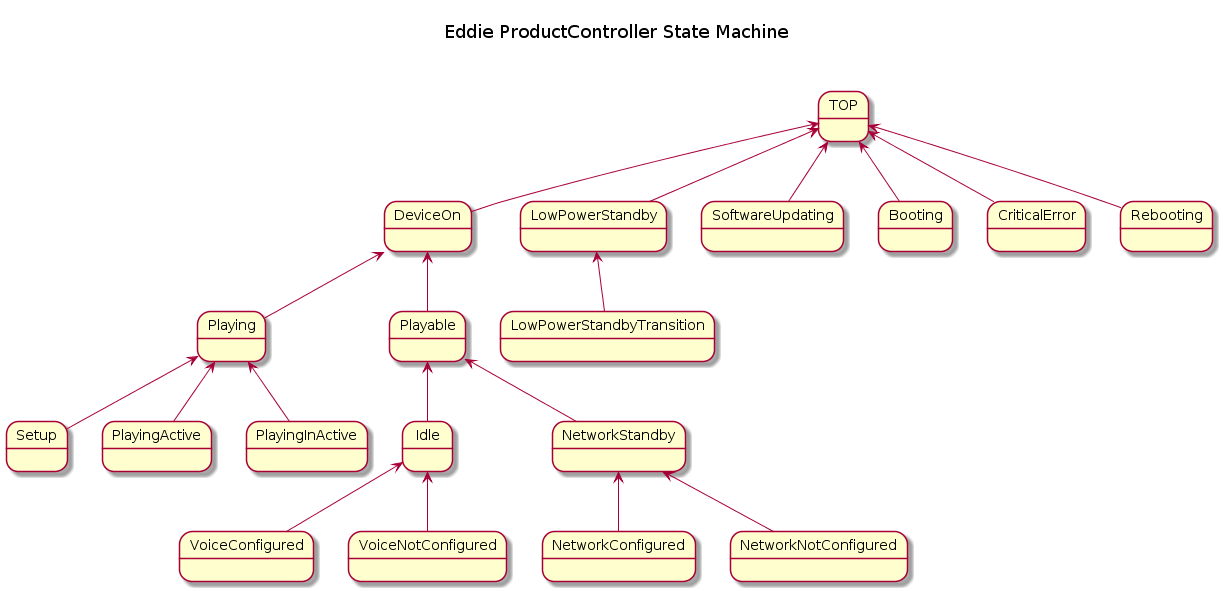
Earlier version of the PlantUML export ProductController/Docs/EddieStateMachine.png (Nishant-Joshi-Bose/Product-Docker).
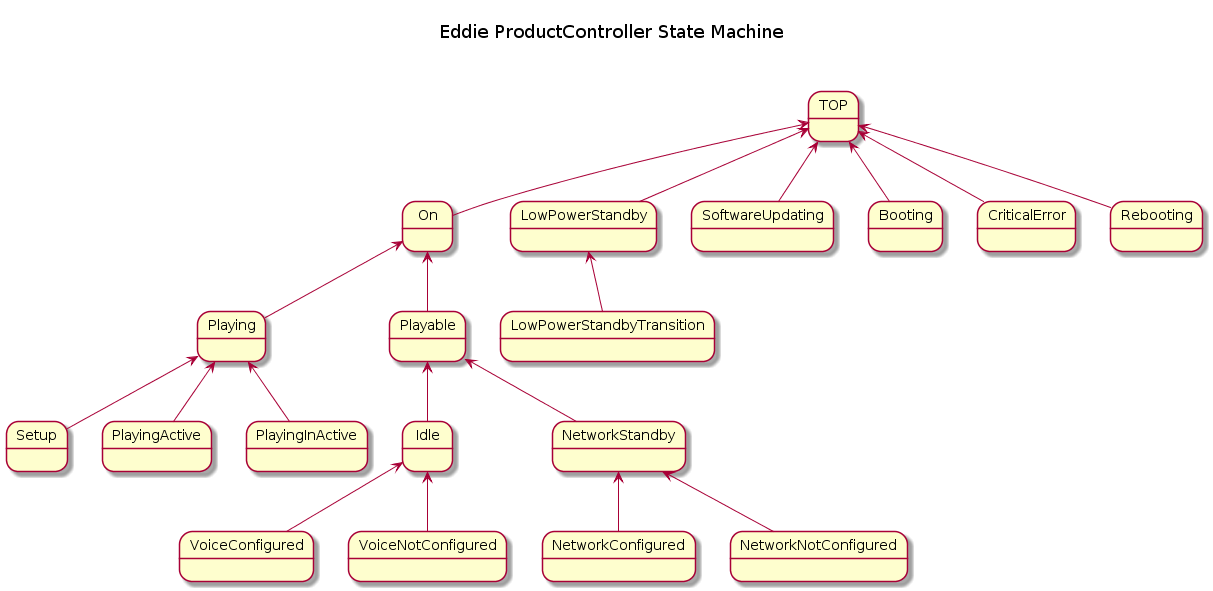
Above is the later version.

Commit message:
Fixed the Eddie state machine doc, renamed DeviceOn to On.

What changed in the source:
```diff
@@ -33,11 +33,11 @@
 }
 
 state Playable{
-Playable-up-> DeviceOn
+Playable-up-> On
 }
 
-state DeviceOn{
-DeviceOn-up-> TOP
+state On{
+On-up-> TOP
 }
 
 state LowPowerStandbyTransition{
@@ -70,7 +70,7 @@
 
 
 state Playing{
-Playing-up-> DeviceOn
+Playing-up-> On
 }
 
 state PlayingActive{
```
